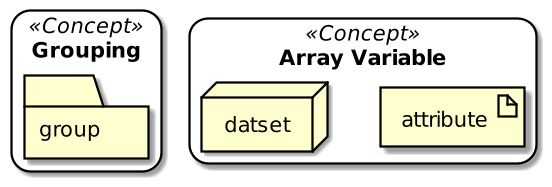
Earlier version of the PlantUML export img/hdf5-primitives.png (gheber/literate-hdf5).
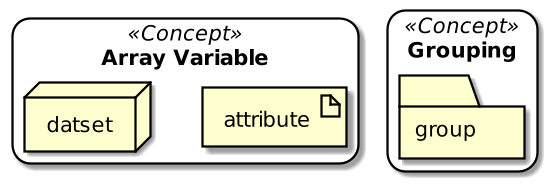
After the commit.

Commit message:
Draft of MPI example.

The edit, as a diff of the source:
```diff
@@ -4,12 +4,12 @@
     roundCorner<<Concept>> 25
 }
 
-rectangle "Grouping" <<Concept>> {
-  folder "group"
-}
-
 rectangle "Array Variable" <<Concept>> {
   artifact " attribute "
   node "datset"
 }
+
+rectangle "Grouping" <<Concept>> {
+  folder "group"
+}
 @enduml
```
